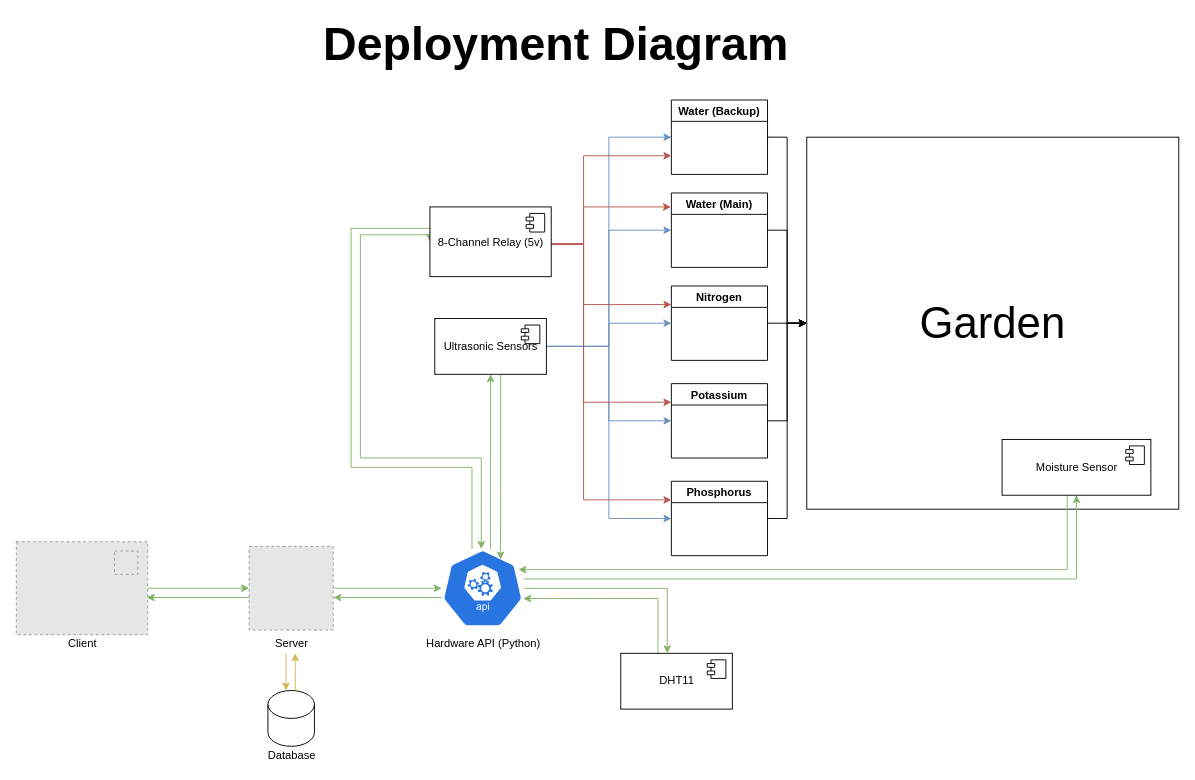
The draw.io diagram docs/charts/deployment-diagram.drawio in avidianity/sf-snms, before the edit. Source tidied: cells renumbered, new cells numbered last; positions are measured from the earlier drawing's top-left corner, leaving out a move shared by most shapes. Both pictures are drawn from the tidied source at 93%, with x=0, y=0 at pixel (16, 30). Pictures stored in the file or linked from it are replaced by grey dashed boxes.
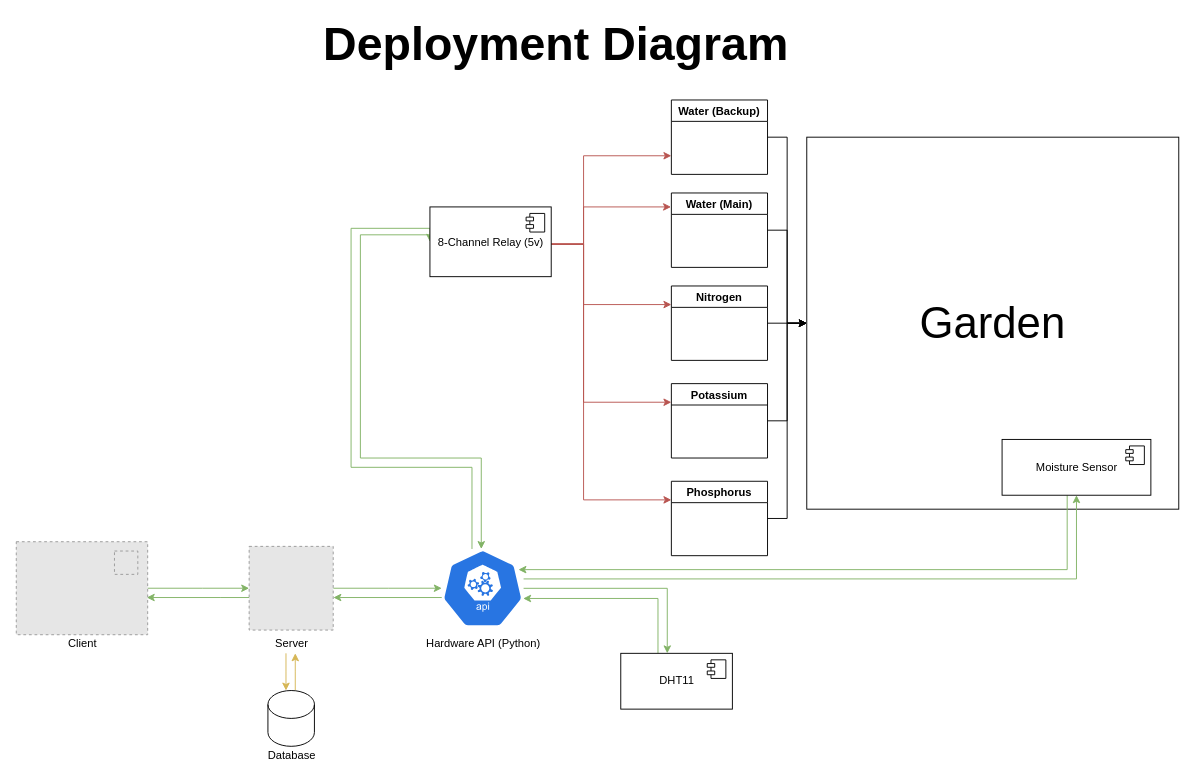
The same diagram, later.

The change refers to these unchanged cells:
```xml
<mxCell id="11" style="sketch=0;html=1;dashed=0;whitespace=wrap;fillColor=#2875E2;strokeColor=#ffffff;points=[[0.005,0.63,0],[0.1,0.2,0],[0.9,0.2,0],[0.5,0,0],[0.995,0.63,0],[0.72,0.99,0],[0.5,1,0],[0.28,0.99,0]];shape=mxgraph.kubernetes.icon;prIcon=api;direction=east;" parent="1" vertex="1">
  <mxGeometry x="457.5" y="557.8" width="88" height="84.5" as="geometry" />
</mxCell>
<mxCell id="34" value="Phosphorus" style="swimlane;" parent="1" vertex="1">
  <mxGeometry x="704.4" y="485" width="103.4" height="80" as="geometry" />
</mxCell>
<mxCell id="36" value="Potassium" style="swimlane;" parent="1" vertex="1">
  <mxGeometry x="704.4" y="380" width="103.4" height="80" as="geometry" />
</mxCell>
<mxCell id="38" value="Nitrogen" style="swimlane;" parent="1" vertex="1">
  <mxGeometry x="704.4" y="275" width="103.4" height="80" as="geometry" />
</mxCell>
<mxCell id="40" value="Water (Main)" style="swimlane;" parent="1" vertex="1">
  <mxGeometry x="704.4" y="175" width="103.4" height="80" as="geometry" />
</mxCell>
<mxCell id="42" value="Water (Backup)" style="swimlane;" parent="1" vertex="1">
  <mxGeometry x="704.4" y="75" width="103.4" height="80" as="geometry" />
</mxCell>
```

Diff of the diagram source:
```diff
@@
-    <mxCell id="8" style="edgeStyle=orthogonalEdgeStyle;rounded=0;jettySize=auto;html=1;entryX=0.5;entryY=1;entryDx=0;entryDy=0;fillColor=#d5e8d4;strokeColor=#82b366;" parent="1" edge="1" source="11" target="25">
-      <mxGeometry relative="1" as="geometry">
-        <Array as="points">
-          <mxPoint x="510" y="510" />
-          <mxPoint x="510" y="510" />
-        </Array>
-      </mxGeometry>
-    </mxCell>
@@
-    <mxCell id="19" style="edgeStyle=orthogonalEdgeStyle;rounded=0;jettySize=auto;html=1;entryX=0;entryY=0.5;entryDx=0;entryDy=0;fillColor=#dae8fc;strokeColor=#6c8ebf;strokeWidth=1;" parent="1" edge="1" source="25" target="42">
-      <mxGeometry relative="1" as="geometry" />
-    </mxCell>
-    <mxCell id="20" style="edgeStyle=orthogonalEdgeStyle;rounded=0;jettySize=auto;html=1;entryX=0;entryY=0.5;entryDx=0;entryDy=0;fillColor=#dae8fc;strokeColor=#6c8ebf;strokeWidth=1;" parent="1" edge="1" source="25" target="40">
-      <mxGeometry relative="1" as="geometry" />
-    </mxCell>
-    <mxCell id="21" style="edgeStyle=orthogonalEdgeStyle;rounded=0;jettySize=auto;html=1;entryX=0;entryY=0.5;entryDx=0;entryDy=0;fillColor=#dae8fc;strokeColor=#6c8ebf;strokeWidth=1;" parent="1" edge="1" source="25" target="38">
-      <mxGeometry relative="1" as="geometry" />
-    </mxCell>
-    <mxCell id="22" style="edgeStyle=orthogonalEdgeStyle;rounded=0;jettySize=auto;html=1;entryX=0;entryY=0.5;entryDx=0;entryDy=0;fillColor=#dae8fc;strokeColor=#6c8ebf;strokeWidth=1;" parent="1" edge="1" source="25" target="36">
-      <mxGeometry relative="1" as="geometry" />
-    </mxCell>
-    <mxCell id="23" style="edgeStyle=orthogonalEdgeStyle;rounded=0;jettySize=auto;html=1;entryX=0;entryY=0.5;entryDx=0;entryDy=0;fillColor=#dae8fc;strokeColor=#6c8ebf;strokeWidth=1;" parent="1" edge="1" source="25" target="34">
-      <mxGeometry relative="1" as="geometry" />
-    </mxCell>
-    <mxCell id="24" style="edgeStyle=orthogonalEdgeStyle;rounded=0;jettySize=auto;html=1;entryX=0.719;entryY=0.133;entryDx=0;entryDy=0;entryPerimeter=0;strokeWidth=1;fillColor=#d5e8d4;strokeColor=#82b366;" parent="1" edge="1" source="25" target="11">
-      <mxGeometry relative="1" as="geometry">
-        <Array as="points">
-          <mxPoint x="521" y="464" />
-        </Array>
-      </mxGeometry>
-    </mxCell>
-    <mxCell id="25" value="Ultrasonic Sensors" style="html=1;" parent="1" vertex="1">
-      <mxGeometry x="450" y="310" width="120" height="60" as="geometry" />
-    </mxCell>
-    <mxCell id="26" style="shape=module;jettyWidth=8;jettyHeight=4;" parent="25" vertex="1">
-      <mxGeometry x="1" width="20" height="20" relative="1" as="geometry">
-        <mxPoint x="-27" y="7" as="offset" />
-      </mxGeometry>
-    </mxCell>
```
